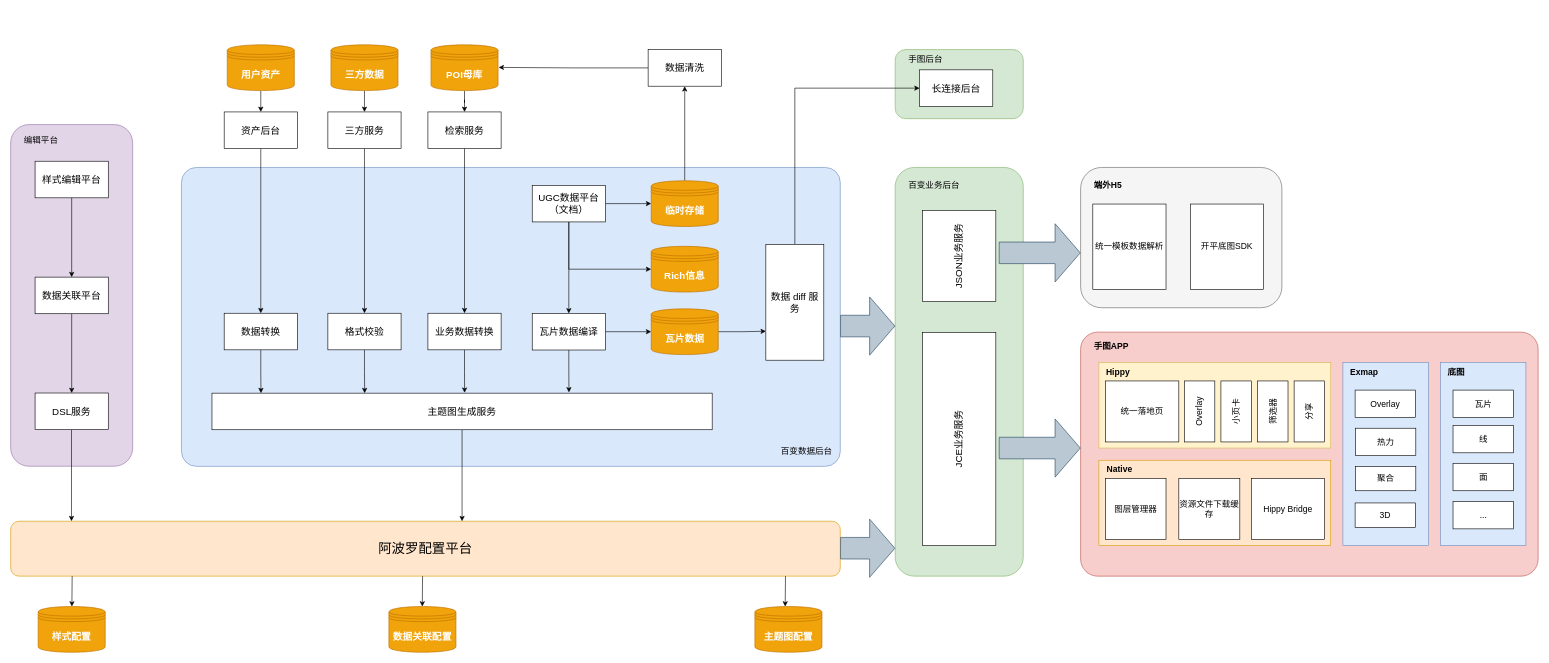
Before: page "第 4 页" (4 of 4) of extrodianry-map.drawio in wangziji/graphics, a draw.io diagram. Source tidied: cells renumbered, new cells numbered last; positions are measured from the earlier drawing's top-left corner, leaving out a move shared by most shapes. Both pictures are drawn from the tidied source at 61%, with x=0, y=0 at pixel (10, 45).
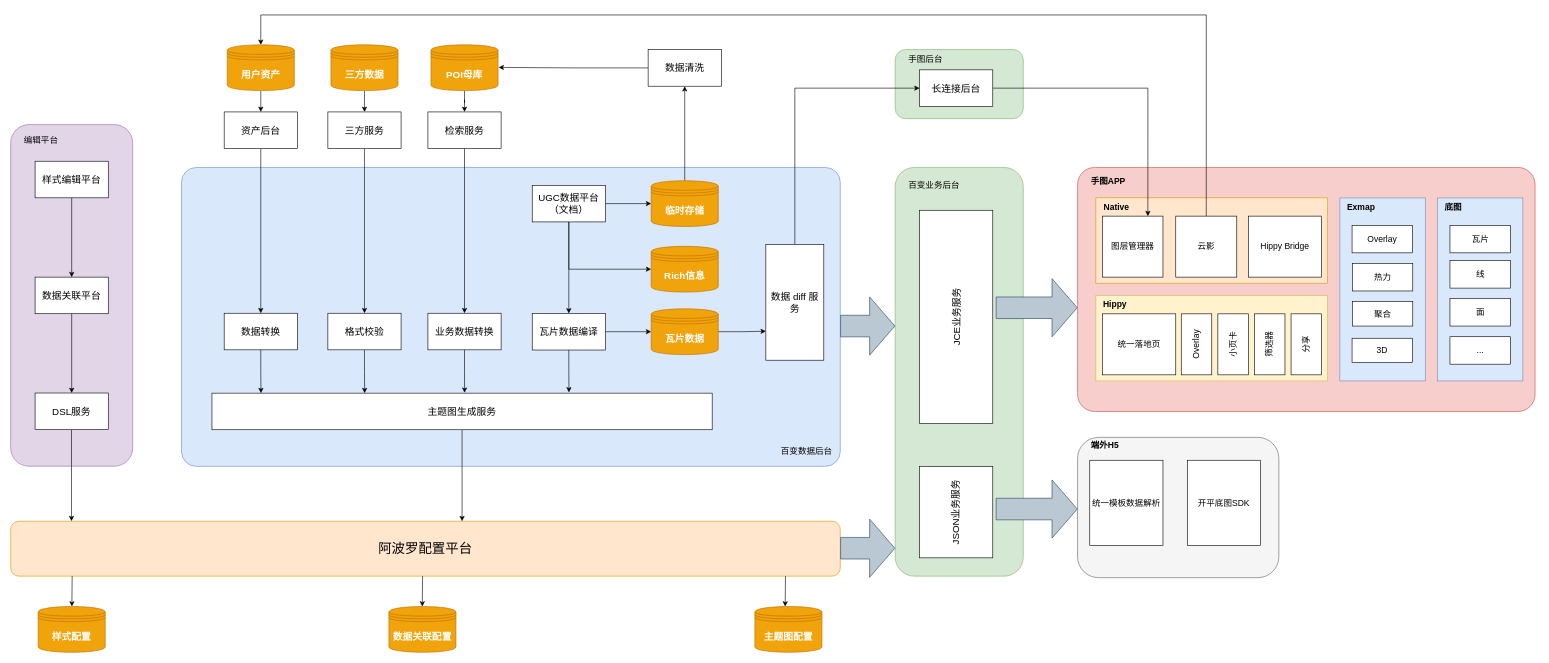
Above is the later version.

Unchanged cells that the change refers to:
```xml
<mxCell id="87" value="&lt;b&gt;用户资产&lt;/b&gt;" style="shape=datastore;whiteSpace=wrap;html=1;fillColor=#f0a30a;strokeColor=#BD7000;fontColor=#ffffff;fontSize=16;fontFamily=腾讯体 W7;" parent="1" vertex="1">
  <mxGeometry x="355" width="110" height="75" as="geometry" />
</mxCell>
<mxCell id="95" value="长连接后台" style="rounded=0;whiteSpace=wrap;html=1;fontFamily=腾讯体 W7;fontSize=16;" parent="1" vertex="1">
  <mxGeometry x="1490" y="41" width="120" height="60" as="geometry" />
</mxCell>
```

Diff of the diagram source:
```diff
@@
     <mxCell id="36" style="rounded=1;whiteSpace=wrap;html=1;fontFamily=腾讯体 W7;fontSize=12;arcSize=7;fillStyle=solid;fillColor=#f8cecc;strokeColor=#b85450;" parent="1" vertex="1">
-      <mxGeometry x="1754" y="471" width="750" height="400" as="geometry" />
+      <mxGeometry x="1749" y="201" width="750" height="400" as="geometry" />
     </mxCell>
     <mxCell id="37" value="手图APP" style="text;html=1;strokeColor=none;fillColor=none;align=left;verticalAlign=middle;whiteSpace=wrap;rounded=0;fillStyle=hatch;fontFamily=腾讯体 W7;fontSize=14;fontStyle=1;" parent="1" vertex="1">
-      <mxGeometry x="1774" y="479" width="90" height="30" as="geometry" />
+      <mxGeometry x="1769" y="209" width="90" height="30" as="geometry" />
     </mxCell>
     <mxCell id="38" style="rounded=0;whiteSpace=wrap;html=1;fillStyle=solid;fontFamily=腾讯体 W7;fontSize=12;fillColor=#fff2cc;strokeColor=#d6b656;" parent="1" vertex="1">
-      <mxGeometry x="1784" y="521" width="380" height="140" as="geometry" />
+      <mxGeometry x="1779" y="411" width="380" height="140" as="geometry" />
     </mxCell>
     <mxCell id="39" value="Hippy" style="text;html=1;strokeColor=none;fillColor=none;align=left;verticalAlign=middle;whiteSpace=wrap;rounded=0;fillStyle=hatch;fontFamily=腾讯体 W7;fontSize=14;fontStyle=1;" parent="1" vertex="1">
-      <mxGeometry x="1794" y="521" width="90" height="30" as="geometry" />
+      <mxGeometry x="1789" y="411" width="90" height="30" as="geometry" />
     </mxCell>
     <mxCell id="40" style="rounded=0;whiteSpace=wrap;html=1;fillStyle=solid;fontFamily=腾讯体 W7;fontSize=12;fillColor=#ffe6cc;strokeColor=#d79b00;" parent="1" vertex="1">
-      <mxGeometry x="1784" y="681" width="380" height="140" as="geometry" />
+      <mxGeometry x="1779" y="250.8" width="380" height="140" as="geometry" />
     </mxCell>
@@
     <mxCell id="55" value="JSON业务服务" style="rounded=0;whiteSpace=wrap;html=1;horizontal=0;fontFamily=腾讯体 W7;fontSize=16;" parent="1" vertex="1">
-      <mxGeometry x="1495" y="271.5" width="120" height="149.5" as="geometry" />
+      <mxGeometry x="1490" y="691.5" width="120" height="149.5" as="geometry" />
     </mxCell>
     <mxCell id="56" value="JCE业务服务" style="rounded=0;whiteSpace=wrap;html=1;horizontal=0;fontFamily=腾讯体 W7;fontSize=16;" parent="1" vertex="1">
-      <mxGeometry x="1495" y="471.5" width="120" height="349.5" as="geometry" />
+      <mxGeometry x="1490" y="271.2" width="120" height="349.5" as="geometry" />
     </mxCell>
     <mxCell id="57" value="统一落地页" style="rounded=0;whiteSpace=wrap;html=1;fontFamily=腾讯体 W7;fontSize=14;" parent="1" vertex="1">
-      <mxGeometry x="1795" y="551" width="120" height="100" as="geometry" />
+      <mxGeometry x="1790" y="441" width="120" height="100" as="geometry" />
     </mxCell>
     <mxCell id="58" value="Overlay" style="rounded=0;whiteSpace=wrap;html=1;verticalAlign=middle;horizontal=0;fontFamily=腾讯体 W7;fontSize=14;" parent="1" vertex="1">
-      <mxGeometry x="1924" y="551" width="50" height="100" as="geometry" />
+      <mxGeometry x="1919" y="441" width="50" height="100" as="geometry" />
     </mxCell>
     <mxCell id="59" value="小页卡" style="rounded=0;whiteSpace=wrap;html=1;verticalAlign=middle;horizontal=0;fontFamily=腾讯体 W7;fontSize=14;" parent="1" vertex="1">
-      <mxGeometry x="1984" y="551" width="50" height="100" as="geometry" />
+      <mxGeometry x="1979" y="441" width="50" height="100" as="geometry" />
     </mxCell>
     <mxCell id="60" value="筛选器" style="rounded=0;whiteSpace=wrap;html=1;verticalAlign=middle;horizontal=0;fontFamily=腾讯体 W7;fontSize=14;" parent="1" vertex="1">
-      <mxGeometry x="2044" y="551" width="50" height="100" as="geometry" />
+      <mxGeometry x="2039" y="441" width="50" height="100" as="geometry" />
     </mxCell>
     <mxCell id="61" value="分享" style="rounded=0;whiteSpace=wrap;html=1;verticalAlign=middle;horizontal=0;fontFamily=腾讯体 W7;fontSize=14;" parent="1" vertex="1">
-      <mxGeometry x="2104" y="551" width="50" height="100" as="geometry" />
+      <mxGeometry x="2099" y="441" width="50" height="100" as="geometry" />
     </mxCell>
     <mxCell id="62" value="Native" style="text;html=1;strokeColor=none;fillColor=none;align=left;verticalAlign=middle;whiteSpace=wrap;rounded=0;fillStyle=hatch;fontFamily=腾讯体 W7;fontSize=14;fontStyle=1;" parent="1" vertex="1">
-      <mxGeometry x="1795" y="681" width="90" height="30" as="geometry" />
+      <mxGeometry x="1790" y="250.8" width="90" height="30" as="geometry" />
     </mxCell>
     <mxCell id="63" value="图层管理器" style="rounded=0;whiteSpace=wrap;html=1;fontFamily=腾讯体 W7;fontSize=14;" parent="1" vertex="1">
-      <mxGeometry x="1795" y="711" width="99" height="100" as="geometry" />
+      <mxGeometry x="1790" y="280.8" width="99" height="100" as="geometry" />
     </mxCell>
+    <mxCell id="96" style="edgeStyle=orthogonalEdgeStyle;rounded=0;jettySize=auto;html=1;exitX=0.5;exitY=0;exitDx=0;exitDy=0;entryX=0.5;entryY=0;entryDx=0;entryDy=0;" parent="1" edge="1" source="64" target="87">
+      <mxGeometry relative="1" as="geometry">
+        <Array as="points">
+          <mxPoint x="1960" y="-49" />
+          <mxPoint x="410" y="-49" />
+        </Array>
+      </mxGeometry>
+    </mxCell>
-    <mxCell id="64" value="资源文件下载缓存" style="rounded=0;whiteSpace=wrap;html=1;fontFamily=腾讯体 W7;fontSize=14;" parent="1" vertex="1">
-      <mxGeometry x="1915" y="711" width="100" height="100" as="geometry" />
+    <mxCell id="64" value="云影" style="rounded=0;whiteSpace=wrap;html=1;fontFamily=腾讯体 W7;fontSize=14;" parent="1" vertex="1">
+      <mxGeometry x="1910" y="280.8" width="100" height="100" as="geometry" />
     </mxCell>
     <mxCell id="65" value="Hippy Bridge" style="rounded=0;whiteSpace=wrap;html=1;fontFamily=腾讯体 W7;fontSize=14;" parent="1" vertex="1">
-      <mxGeometry x="2034" y="711" width="120" height="100" as="geometry" />
+      <mxGeometry x="2029" y="280.8" width="120" height="100" as="geometry" />
     </mxCell>
     <mxCell id="66" style="rounded=0;whiteSpace=wrap;html=1;glass=0;sketch=0;fillStyle=solid;fontSize=22;fillColor=#dae8fc;strokeColor=#6c8ebf;fontFamily=腾讯体 W7;" parent="1" vertex="1">
-      <mxGeometry x="2184" y="521" width="140" height="300" as="geometry" />
+      <mxGeometry x="2179" y="251" width="140" height="300" as="geometry" />
     </mxCell>
     <mxCell id="67" value="Exmap" style="text;html=1;strokeColor=none;fillColor=none;align=left;verticalAlign=middle;whiteSpace=wrap;rounded=0;fillStyle=hatch;fontFamily=腾讯体 W7;fontSize=14;fontStyle=1;" parent="1" vertex="1">
-      <mxGeometry x="2194" y="521" width="90" height="30" as="geometry" />
+      <mxGeometry x="2189" y="251" width="90" height="30" as="geometry" />
     </mxCell>
     <mxCell id="68" value="Overlay" style="rounded=0;whiteSpace=wrap;html=1;fontFamily=腾讯体 W7;fontSize=14;" parent="1" vertex="1">
-      <mxGeometry x="2204" y="566" width="99" height="45" as="geometry" />
+      <mxGeometry x="2199" y="296" width="99" height="45" as="geometry" />
     </mxCell>
     <mxCell id="69" value="热力" style="rounded=0;whiteSpace=wrap;html=1;fontFamily=腾讯体 W7;fontSize=14;" parent="1" vertex="1">
-      <mxGeometry x="2204.5" y="628.5" width="99" height="45" as="geometry" />
+      <mxGeometry x="2199.5" y="358.5" width="99" height="45" as="geometry" />
     </mxCell>
     <mxCell id="70" value="聚合" style="rounded=0;whiteSpace=wrap;html=1;fontFamily=腾讯体 W7;fontSize=14;" parent="1" vertex="1">
-      <mxGeometry x="2204.5" y="691" width="99" height="40" as="geometry" />
+      <mxGeometry x="2199.5" y="421" width="99" height="40" as="geometry" />
     </mxCell>
     <mxCell id="71" value="3D" style="rounded=0;whiteSpace=wrap;html=1;fontFamily=腾讯体 W7;fontSize=14;" parent="1" vertex="1">
-      <mxGeometry x="2204" y="751" width="99" height="40" as="geometry" />
+      <mxGeometry x="2199" y="481" width="99" height="40" as="geometry" />
     </mxCell>
     <mxCell id="72" style="rounded=0;whiteSpace=wrap;html=1;glass=0;sketch=0;fillStyle=solid;fontSize=22;fillColor=#dae8fc;strokeColor=#6c8ebf;fontFamily=腾讯体 W7;" parent="1" vertex="1">
-      <mxGeometry x="2344" y="521" width="140" height="300" as="geometry" />
+      <mxGeometry x="2339" y="251" width="140" height="300" as="geometry" />
     </mxCell>
     <mxCell id="73" value="底图" style="text;html=1;strokeColor=none;fillColor=none;align=left;verticalAlign=middle;whiteSpace=wrap;rounded=0;fillStyle=hatch;fontFamily=腾讯体 W7;fontSize=14;fontStyle=1;" parent="1" vertex="1">
-      <mxGeometry x="2354" y="521" width="90" height="30" as="geometry" />
+      <mxGeometry x="2349" y="251" width="90" height="30" as="geometry" />
     </mxCell>
     <mxCell id="74" value="瓦片" style="rounded=0;whiteSpace=wrap;html=1;fontFamily=腾讯体 W7;fontSize=14;" parent="1" vertex="1">
-      <mxGeometry x="2364.5" y="566" width="99" height="45" as="geometry" />
+      <mxGeometry x="2359.5" y="296" width="99" height="45" as="geometry" />
     </mxCell>
     <mxCell id="75" value="线" style="rounded=0;whiteSpace=wrap;html=1;fontFamily=腾讯体 W7;fontSize=14;" parent="1" vertex="1">
-      <mxGeometry x="2364.5" y="623.8" width="99" height="45" as="geometry" />
+      <mxGeometry x="2359.5" y="353.8" width="99" height="45" as="geometry" />
     </mxCell>
     <mxCell id="76" value="面" style="rounded=0;whiteSpace=wrap;html=1;fontFamily=腾讯体 W7;fontSize=14;" parent="1" vertex="1">
-      <mxGeometry x="2364.5" y="686" width="99" height="45" as="geometry" />
+      <mxGeometry x="2359.5" y="416" width="99" height="45" as="geometry" />
     </mxCell>
     <mxCell id="77" value="..." style="rounded=0;whiteSpace=wrap;html=1;fontFamily=腾讯体 W7;fontSize=14;" parent="1" vertex="1">
-      <mxGeometry x="2364.5" y="748.5" width="99" height="45" as="geometry" />
+      <mxGeometry x="2359.5" y="478.5" width="99" height="45" as="geometry" />
     </mxCell>
     <mxCell id="78" style="rounded=1;whiteSpace=wrap;html=1;glass=0;sketch=0;fillStyle=solid;fontSize=22;fillColor=#f5f5f5;strokeColor=#666666;fontColor=#333333;fontFamily=腾讯体 W7;" parent="1" vertex="1">
-      <mxGeometry x="1754" y="201" width="330" height="230" as="geometry" />
+      <mxGeometry x="1749" y="643.5" width="330" height="230" as="geometry" />
     </mxCell>
     <mxCell id="79" value="端外H5" style="text;html=1;strokeColor=none;fillColor=none;align=left;verticalAlign=middle;whiteSpace=wrap;rounded=0;fillStyle=hatch;fontFamily=腾讯体 W7;fontSize=14;fontStyle=1;" parent="1" vertex="1">
-      <mxGeometry x="1774" y="215" width="90" height="30" as="geometry" />
+      <mxGeometry x="1769" y="641" width="90" height="30" as="geometry" />
     </mxCell>
     <mxCell id="80" value="统一模板数据解析" style="rounded=0;whiteSpace=wrap;html=1;fontFamily=腾讯体 W7;fontSize=14;" parent="1" vertex="1">
-      <mxGeometry x="1774" y="261" width="120" height="140" as="geometry" />
+      <mxGeometry x="1769" y="681" width="120" height="140" as="geometry" />
     </mxCell>
     <mxCell id="81" value="开平底图SDK" style="rounded=0;whiteSpace=wrap;html=1;fontFamily=腾讯体 W7;fontSize=14;" parent="1" vertex="1">
-      <mxGeometry x="1934" y="261" width="120" height="140" as="geometry" />
+      <mxGeometry x="1929" y="681" width="120" height="140" as="geometry" />
     </mxCell>
@@
     <mxCell id="84" style="shape=flexArrow;endArrow=classic;html=1;rounded=0;fontSize=14;entryX=0;entryY=0.209;entryDx=0;entryDy=0;entryPerimeter=0;endWidth=59.024390243902445;endSize=13.461538461538462;width=35.38461538461539;fillColor=#bac8d3;strokeColor=#23445d;fillStyle=auto;" parent="1" edge="1">
       <mxGeometry relative="1" as="geometry">
-        <mxPoint x="1620" y="661" as="sourcePoint" />
-        <mxPoint x="1754" y="661" as="targetPoint" />
+        <mxPoint x="1615" y="431" as="sourcePoint" />
+        <mxPoint x="1749" y="431" as="targetPoint" />
       </mxGeometry>
     </mxCell>
     <mxCell id="85" style="shape=flexArrow;endArrow=classic;html=1;rounded=0;fontSize=14;entryX=0;entryY=0.209;entryDx=0;entryDy=0;entryPerimeter=0;endWidth=59.024390243902445;endSize=13.461538461538462;width=35.38461538461539;fillColor=#bac8d3;strokeColor=#23445d;fillStyle=auto;" parent="1" edge="1">
       <mxGeometry relative="1" as="geometry">
-        <mxPoint x="1620" y="341" as="sourcePoint" />
-        <mxPoint x="1754" y="341" as="targetPoint" />
+        <mxPoint x="1615" y="761" as="sourcePoint" />
+        <mxPoint x="1749" y="761" as="targetPoint" />
       </mxGeometry>
     </mxCell>
@@
+    <mxCell id="97" style="edgeStyle=orthogonalEdgeStyle;rounded=0;jettySize=auto;html=1;exitX=1;exitY=0.5;exitDx=0;exitDy=0;entryX=0.75;entryY=0;entryDx=0;entryDy=0;" parent="1" edge="1" source="95" target="63">
+      <mxGeometry relative="1" as="geometry" />
+    </mxCell>
```
